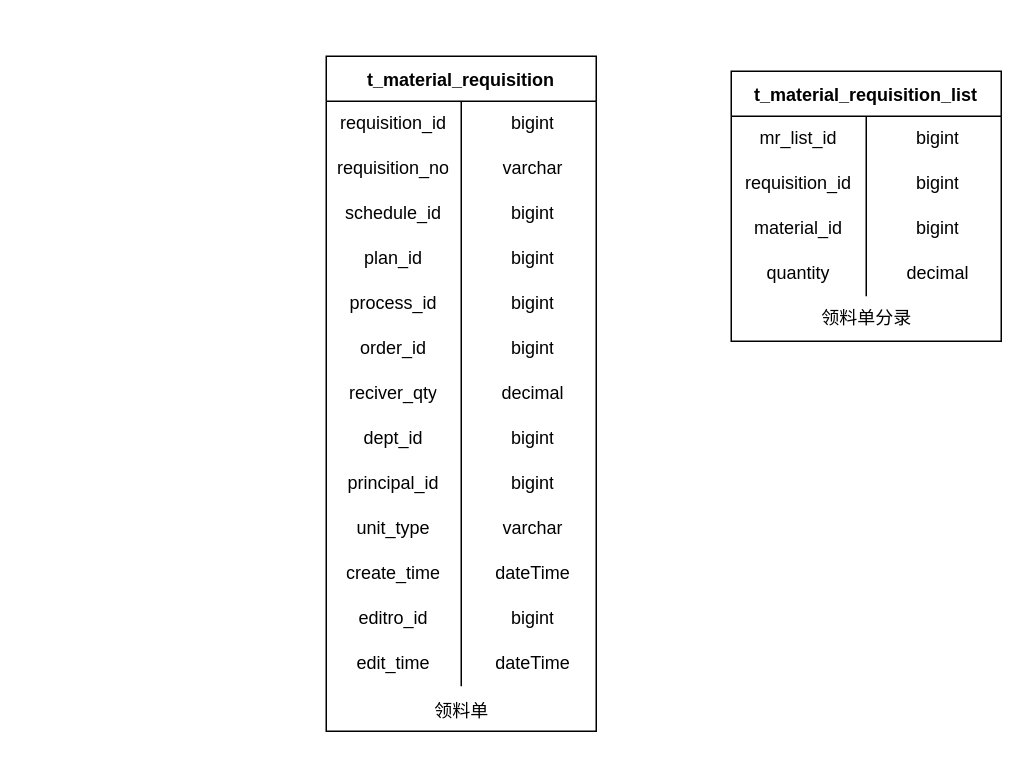
This is page "领料单管理" (3 of 5) of 数据表.drawio from KNAI-I/test, a draw.io file, before an edit. Source tidied: cells renumbered, new cells numbered last; positions are measured from the earlier drawing's top-left corner, leaving out a move shared by most shapes. Both pictures are drawn from the tidied source at 150%, with x=0, y=0 at pixel (326, 56).
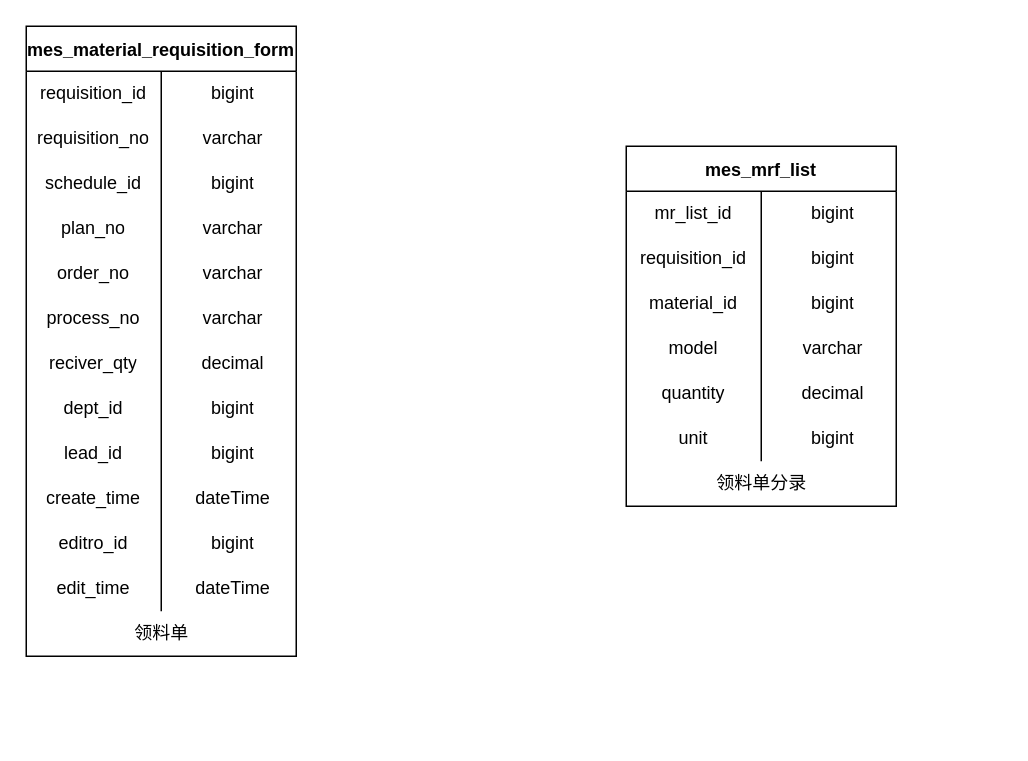
The same page after the edit.

The change refers to these unchanged cells:
```xml
<mxCell id="12" style="shape=tableRow;horizontal=0;startSize=0;swimlaneHead=0;swimlaneBody=0;top=0;left=0;bottom=0;right=0;fillColor=none;" parent="2" vertex="1">
  <mxGeometry y="120" width="180" height="30" as="geometry" />
</mxCell>
<mxCell id="27" style="shape=tableRow;horizontal=0;startSize=0;swimlaneHead=0;swimlaneBody=0;top=0;left=0;bottom=0;right=0;fillColor=none;" parent="2" vertex="1">
  <mxGeometry y="270" width="180" height="30" as="geometry" />
</mxCell>
```

What changed in the source:
```diff
@@
-    <mxCell id="2" value="t_material_requisition" style="shape=table;startSize=30;childLayout=tableLayout;rowLines=0;fontStyle=1;" parent="1" vertex="1">
-      <mxGeometry width="180" height="450" as="geometry" />
+    <mxCell id="2" value="mes_material_requisition_form" style="shape=table;startSize=30;childLayout=tableLayout;rowLines=0;fontStyle=1;" parent="1" vertex="1">
+      <mxGeometry x="-200" y="-20" width="180" height="420" as="geometry" />
     </mxCell>
@@
-    <mxCell id="13" value="plan_id" style="shape=partialRectangle;html=1;whiteSpace=wrap;fillColor=none;top=0;left=0;bottom=0;right=0;overflow=hidden;" parent="12" vertex="1">
+    <mxCell id="13" value="plan_no" style="shape=partialRectangle;html=1;whiteSpace=wrap;fillColor=none;top=0;left=0;bottom=0;right=0;overflow=hidden;" parent="12" vertex="1">
       <mxGeometry width="90" height="30" as="geometry" />
     </mxCell>
-    <mxCell id="14" value="bigint" style="shape=partialRectangle;html=1;whiteSpace=wrap;fillColor=none;top=0;left=0;bottom=0;right=0;align=center;spacingLeft=6;overflow=hidden;" parent="12" vertex="1">
+    <mxCell id="14" value="varchar" style="shape=partialRectangle;html=1;whiteSpace=wrap;fillColor=none;top=0;left=0;bottom=0;right=0;align=center;spacingLeft=6;overflow=hidden;" parent="12" vertex="1">
       <mxGeometry x="90" width="90" height="30" as="geometry" />
     </mxCell>
+    <mxCell id="18" style="shape=tableRow;horizontal=0;startSize=0;swimlaneHead=0;swimlaneBody=0;top=0;left=0;bottom=0;right=0;fillColor=none;" parent="2" vertex="1">
+      <mxGeometry y="150" width="180" height="30" as="geometry" />
+    </mxCell>
+    <mxCell id="19" value="order_no" style="shape=partialRectangle;html=1;whiteSpace=wrap;fillColor=none;top=0;left=0;bottom=0;right=0;overflow=hidden;" parent="18" vertex="1">
+      <mxGeometry width="90" height="30" as="geometry" />
+    </mxCell>
+    <mxCell id="20" value="varchar" style="shape=partialRectangle;html=1;whiteSpace=wrap;fillColor=none;top=0;left=0;bottom=0;right=0;align=center;spacingLeft=6;overflow=hidden;" parent="18" vertex="1">
+      <mxGeometry x="90" width="90" height="30" as="geometry" />
+    </mxCell>
     <mxCell id="15" style="shape=tableRow;horizontal=0;startSize=0;swimlaneHead=0;swimlaneBody=0;top=0;left=0;bottom=0;right=0;fillColor=none;" parent="2" vertex="1">
-      <mxGeometry y="150" width="180" height="30" as="geometry" />
+      <mxGeometry y="180" width="180" height="30" as="geometry" />
     </mxCell>
-    <mxCell id="16" value="process_id" style="shape=partialRectangle;html=1;whiteSpace=wrap;fillColor=none;top=0;left=0;bottom=0;right=0;overflow=hidden;" parent="15" vertex="1">
+    <mxCell id="16" value="process_no" style="shape=partialRectangle;html=1;whiteSpace=wrap;fillColor=none;top=0;left=0;bottom=0;right=0;overflow=hidden;" parent="15" vertex="1">
       <mxGeometry width="90" height="30" as="geometry" />
     </mxCell>
-    <mxCell id="17" value="bigint" style="shape=partialRectangle;html=1;whiteSpace=wrap;fillColor=none;top=0;left=0;bottom=0;right=0;align=center;spacingLeft=6;overflow=hidden;" parent="15" vertex="1">
+    <mxCell id="17" value="varchar" style="shape=partialRectangle;html=1;whiteSpace=wrap;fillColor=none;top=0;left=0;bottom=0;right=0;align=center;spacingLeft=6;overflow=hidden;" parent="15" vertex="1">
       <mxGeometry x="90" width="90" height="30" as="geometry" />
     </mxCell>
-    <mxCell id="18" style="shape=tableRow;horizontal=0;startSize=0;swimlaneHead=0;swimlaneBody=0;top=0;left=0;bottom=0;right=0;fillColor=none;" parent="2" vertex="1">
-      <mxGeometry y="180" width="180" height="30" as="geometry" />
-    </mxCell>
-    <mxCell id="19" value="order_id" style="shape=partialRectangle;html=1;whiteSpace=wrap;fillColor=none;top=0;left=0;bottom=0;right=0;overflow=hidden;" parent="18" vertex="1">
-      <mxGeometry width="90" height="30" as="geometry" />
-    </mxCell>
-    <mxCell id="20" value="bigint" style="shape=partialRectangle;html=1;whiteSpace=wrap;fillColor=none;top=0;left=0;bottom=0;right=0;align=center;spacingLeft=6;overflow=hidden;" parent="18" vertex="1">
-      <mxGeometry x="90" width="90" height="30" as="geometry" />
-    </mxCell>
@@
-    <mxCell id="28" value="principal_id" style="shape=partialRectangle;html=1;whiteSpace=wrap;fillColor=none;top=0;left=0;bottom=0;right=0;overflow=hidden;" parent="27" vertex="1">
+    <mxCell id="28" value="lead_id" style="shape=partialRectangle;html=1;whiteSpace=wrap;fillColor=none;top=0;left=0;bottom=0;right=0;overflow=hidden;" parent="27" vertex="1">
       <mxGeometry width="90" height="30" as="geometry" />
     </mxCell>
@@
-    <mxCell id="30" style="shape=tableRow;horizontal=0;startSize=0;swimlaneHead=0;swimlaneBody=0;top=0;left=0;bottom=0;right=0;fillColor=none;" parent="2" vertex="1">
-      <mxGeometry y="300" width="180" height="30" as="geometry" />
-    </mxCell>
-    <mxCell id="31" value="unit_type" style="shape=partialRectangle;html=1;whiteSpace=wrap;fillColor=none;top=0;left=0;bottom=0;right=0;overflow=hidden;" parent="30" vertex="1">
-      <mxGeometry width="90" height="30" as="geometry" />
-    </mxCell>
-    <mxCell id="32" value="varchar" style="shape=partialRectangle;html=1;whiteSpace=wrap;fillColor=none;top=0;left=0;bottom=0;right=0;align=center;spacingLeft=6;overflow=hidden;" parent="30" vertex="1">
-      <mxGeometry x="90" width="90" height="30" as="geometry" />
-    </mxCell>
     <mxCell id="33" style="shape=tableRow;horizontal=0;startSize=0;swimlaneHead=0;swimlaneBody=0;top=0;left=0;bottom=0;right=0;fillColor=none;" parent="2" vertex="1">
-      <mxGeometry y="330" width="180" height="30" as="geometry" />
+      <mxGeometry y="300" width="180" height="30" as="geometry" />
     </mxCell>
@@
     <mxCell id="36" style="shape=tableRow;horizontal=0;startSize=0;swimlaneHead=0;swimlaneBody=0;top=0;left=0;bottom=0;right=0;fillColor=none;" parent="2" vertex="1">
-      <mxGeometry y="360" width="180" height="30" as="geometry" />
+      <mxGeometry y="330" width="180" height="30" as="geometry" />
     </mxCell>
@@
     <mxCell id="39" style="shape=tableRow;horizontal=0;startSize=0;swimlaneHead=0;swimlaneBody=0;top=0;left=0;bottom=0;right=0;fillColor=none;" parent="2" vertex="1">
-      <mxGeometry y="390" width="180" height="30" as="geometry" />
+      <mxGeometry y="360" width="180" height="30" as="geometry" />
     </mxCell>
@@
     <mxCell id="42" value="领料单" style="text;html=1;align=center;verticalAlign=middle;strokeColor=none;fillColor=none;" parent="1" vertex="1">
-      <mxGeometry x="60" y="422" width="60" height="30" as="geometry" />
+      <mxGeometry x="-140" y="370" width="60" height="30" as="geometry" />
     </mxCell>
-    <mxCell id="43" value="t_material_requisition_list" style="shape=table;startSize=30;childLayout=tableLayout;rowLines=0;fontStyle=1;" parent="1" vertex="1">
-      <mxGeometry x="270" y="10" width="180" height="180" as="geometry" />
+    <mxCell id="43" value="mes_mrf_list" style="shape=table;startSize=30;childLayout=tableLayout;rowLines=0;fontStyle=1;" parent="1" vertex="1">
+      <mxGeometry x="200" y="60" width="180" height="240" as="geometry" />
     </mxCell>
@@
+    <mxCell id="57" style="shape=tableRow;horizontal=0;startSize=0;swimlaneHead=0;swimlaneBody=0;top=0;left=0;bottom=0;right=0;fillColor=none;" parent="43" vertex="1">
+      <mxGeometry y="120" width="180" height="30" as="geometry" />
+    </mxCell>
+    <mxCell id="58" value="model" style="shape=partialRectangle;html=1;whiteSpace=wrap;fillColor=none;top=0;left=0;bottom=0;right=0;overflow=hidden;" parent="57" vertex="1">
+      <mxGeometry width="90" height="30" as="geometry" />
+    </mxCell>
+    <mxCell id="32" value="varchar" style="shape=partialRectangle;html=1;whiteSpace=wrap;fillColor=none;top=0;left=0;bottom=0;right=0;align=center;spacingLeft=6;overflow=hidden;" parent="57" vertex="1">
+      <mxGeometry x="90" width="90" height="30" as="geometry" />
+    </mxCell>
     <mxCell id="53" style="shape=tableRow;horizontal=0;startSize=0;swimlaneHead=0;swimlaneBody=0;top=0;left=0;bottom=0;right=0;fillColor=none;" parent="43" vertex="1">
-      <mxGeometry y="120" width="180" height="30" as="geometry" />
+      <mxGeometry y="150" width="180" height="30" as="geometry" />
     </mxCell>
@@
+    <mxCell id="59" style="shape=tableRow;horizontal=0;startSize=0;swimlaneHead=0;swimlaneBody=0;top=0;left=0;bottom=0;right=0;fillColor=none;" parent="43" vertex="1">
+      <mxGeometry y="180" width="180" height="30" as="geometry" />
+    </mxCell>
+    <mxCell id="60" value="unit" style="shape=partialRectangle;html=1;whiteSpace=wrap;fillColor=none;top=0;left=0;bottom=0;right=0;overflow=hidden;" parent="59" vertex="1">
+      <mxGeometry width="90" height="30" as="geometry" />
+    </mxCell>
+    <mxCell id="61" value="bigint" style="shape=partialRectangle;html=1;whiteSpace=wrap;fillColor=none;top=0;left=0;bottom=0;right=0;align=center;spacingLeft=6;overflow=hidden;" parent="59" vertex="1">
+      <mxGeometry x="90" width="90" height="30" as="geometry" />
+    </mxCell>
     <mxCell id="56" value="领料单分录" style="text;html=1;align=center;verticalAlign=middle;strokeColor=none;fillColor=none;" parent="1" vertex="1">
-      <mxGeometry x="320" y="160" width="80" height="30" as="geometry" />
+      <mxGeometry x="250" y="270" width="80" height="30" as="geometry" />
     </mxCell>
```
